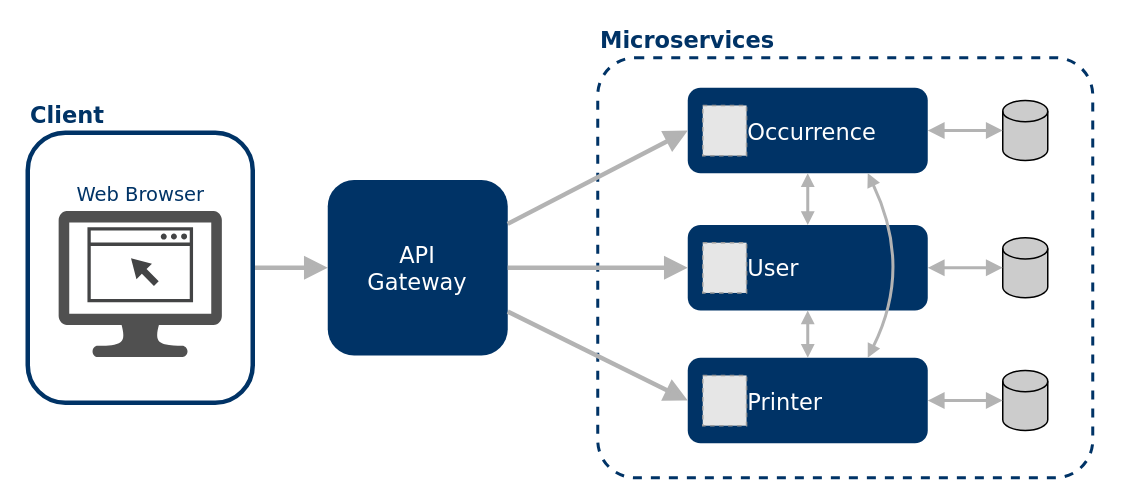
Above: docs/assets/diagramas/arquitetura.drawio in fga-eps-mds/2024.1-PrintGo-Doc (draw.io), before the change. Source tidied: cells renumbered, new cells numbered last; positions are measured from the earlier drawing's top-left corner, leaving out a move shared by most shapes. Both pictures are drawn from the tidied source at 150%, with x=0, y=0 at pixel (27, 57). Pictures stored in the file or linked from it are replaced by grey dashed boxes.
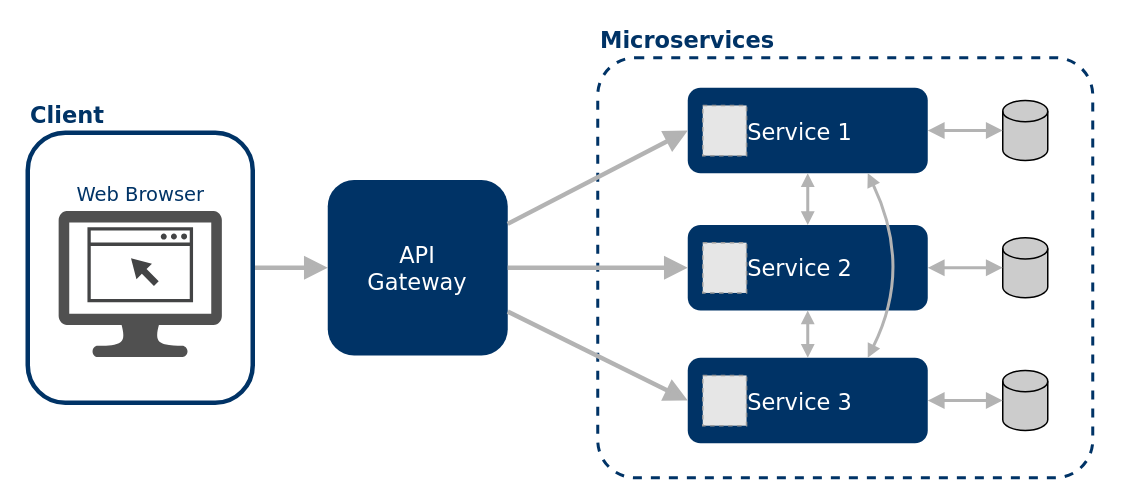
The same page after the edit.

Commit message (it also covers changes not shown here):
docs[arquitetura]: adiciona novo serviço e melhora diagrama de arquitetura

The change refers to these unchanged cells:
```xml
<mxCell id="11" style="group;" parent="1" vertex="1">
  <mxGeometry x="440" y="111.5" width="160" height="57" as="geometry" />
</mxCell>
<mxCell id="16" style="group;" parent="1" vertex="1">
  <mxGeometry x="440" y="200" width="160" height="57" as="geometry" />
</mxCell>
<mxCell id="21" style="group;" parent="1" vertex="1">
  <mxGeometry x="440" y="20" width="160" height="57" as="geometry" />
</mxCell>
```

The edit, as a diff of the source:
```diff
@@
-    <mxCell id="12" value="&lt;span style=&quot;white-space: pre;&quot;&gt;&#9;&lt;/span&gt;User" style="rounded=1;whiteSpace=wrap;html=1;fontFamily=Verdana;fontSize=15;strokeWidth=1;fillColor=#003366;fontColor=#FFFFFF;strokeColor=none;align=left;" parent="11" vertex="1">
+    <mxCell id="12" value="&lt;span style=&quot;white-space: pre;&quot;&gt;&#9;&lt;/span&gt;Service 2" style="rounded=1;whiteSpace=wrap;html=1;fontFamily=Verdana;fontSize=15;strokeWidth=1;fillColor=#003366;fontColor=#FFFFFF;strokeColor=none;align=left;" parent="11" vertex="1">
       <mxGeometry width="160" height="57" as="geometry" />
     </mxCell>
@@
-    <mxCell id="17" value="&lt;span style=&quot;white-space: pre;&quot;&gt;&#9;&lt;/span&gt;Printer" style="rounded=1;whiteSpace=wrap;html=1;fontFamily=Verdana;fontSize=15;strokeWidth=1;fillColor=#003366;fontColor=#FFFFFF;strokeColor=none;align=left;" parent="16" vertex="1">
+    <mxCell id="17" value="&lt;span style=&quot;white-space: pre;&quot;&gt;&#9;&lt;/span&gt;Service 3" style="rounded=1;whiteSpace=wrap;html=1;fontFamily=Verdana;fontSize=15;strokeWidth=1;fillColor=#003366;fontColor=#FFFFFF;strokeColor=none;align=left;" parent="16" vertex="1">
       <mxGeometry width="160" height="57" as="geometry" />
     </mxCell>
@@
-    <mxCell id="22" value="&lt;span style=&quot;white-space: pre;&quot;&gt;&#9;&lt;/span&gt;Occurrence" style="rounded=1;whiteSpace=wrap;html=1;fontFamily=Verdana;fontSize=15;strokeWidth=1;fillColor=#003366;fontColor=#FFFFFF;strokeColor=none;align=left;" parent="21" vertex="1">
+    <mxCell id="22" value="&lt;span style=&quot;white-space: pre;&quot;&gt;&#9;&lt;/span&gt;Service 1" style="rounded=1;whiteSpace=wrap;html=1;fontFamily=Verdana;fontSize=15;strokeWidth=1;fillColor=#003366;fontColor=#FFFFFF;strokeColor=none;align=left;" parent="21" vertex="1">
       <mxGeometry width="160" height="57" as="geometry" />
     </mxCell>
```
